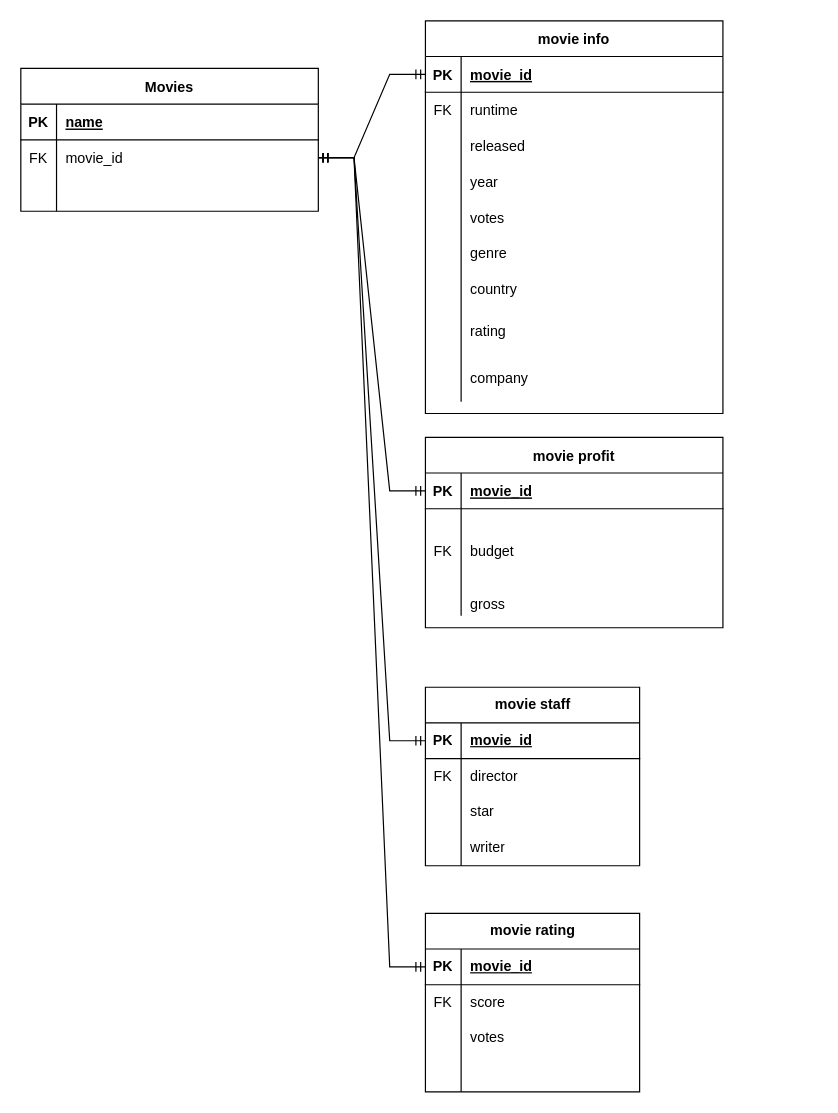
This is 未命名绘图.drawio from LUsamiLU/ALY-6000-Project1, a draw.io file, before an edit. Source tidied: cells renumbered, new cells numbered last; positions are measured from the earlier drawing's top-left corner, leaving out a move shared by most shapes. Both pictures are drawn from the tidied source at 119%, with x=0, y=0 at pixel (20, 20).
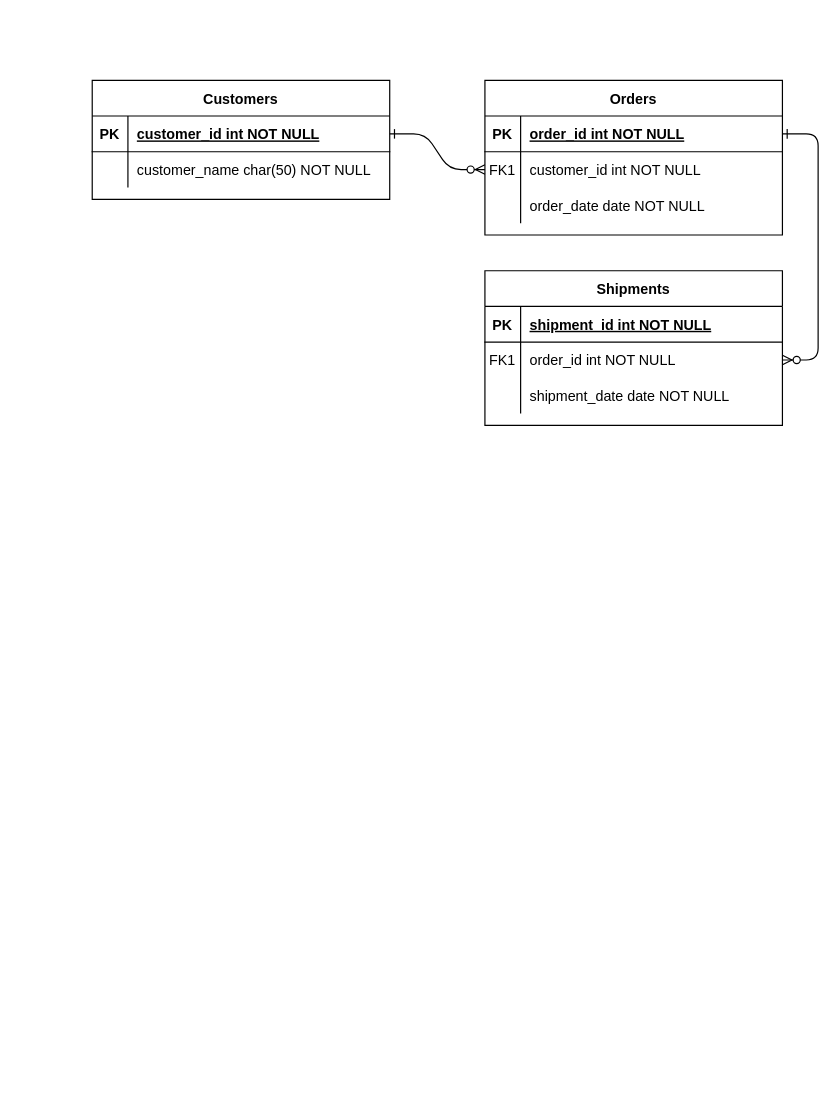
Above is the later version.

Unchanged cells that the change refers to:
```xml
<mxCell id="3" style="shape=partialRectangle;fillColor=none;points=[[0,0.5],[1,0.5]];portConstraint=eastwest;top=0;left=0;right=0;bottom=1;" parent="2" vertex="1">
  <mxGeometry y="30" width="250" height="30" as="geometry" />
</mxCell>
<mxCell id="6" style="shape=partialRectangle;fillColor=none;points=[[0,0.5],[1,0.5]];portConstraint=eastwest;top=0;left=0;right=0;bottom=0;" parent="2" vertex="1">
  <mxGeometry y="60" width="250" height="30" as="geometry" />
</mxCell>
<mxCell id="9" style="shape=partialRectangle;fillColor=none;top=0;left=0;right=0;bottom=0;" parent="2" vertex="1">
  <mxGeometry y="90" width="250" height="30" as="geometry" />
</mxCell>
<mxCell id="31" style="shape=partialRectangle;fillColor=none;points=[[0,0.5],[1,0.5]];portConstraint=eastwest;top=0;left=0;right=0;bottom=1;" parent="30" vertex="1">
  <mxGeometry y="30" width="250" height="30" as="geometry" />
</mxCell>
<mxCell id="41" style="shape=partialRectangle;fillColor=none;points=[[0,0.5],[1,0.5]];portConstraint=eastwest;top=0;left=0;right=0;bottom=1;" parent="40" vertex="1">
  <mxGeometry y="30" width="250" height="30" as="geometry" />
</mxCell>
<mxCell id="44" style="shape=partialRectangle;fillColor=none;points=[[0,0.5],[1,0.5]];portConstraint=eastwest;top=0;left=0;right=0;bottom=0;" parent="40" vertex="1">
  <mxGeometry y="60" width="250" height="30" as="geometry" />
</mxCell>
```

Change to the diagram source:
```diff
@@
+    <mxCell id="80" style="edgeStyle=entityRelationEdgeStyle;endArrow=ERzeroToMany;startArrow=ERone;endFill=1;startFill=0;" parent="1" edge="1" source="41" target="6">
+      <mxGeometry relative="1" as="geometry" />
+    </mxCell>
+    <mxCell id="81" style="edgeStyle=entityRelationEdgeStyle;endArrow=ERzeroToMany;startArrow=ERone;endFill=1;startFill=0;" parent="1" edge="1" source="3" target="34">
+      <mxGeometry relative="1" as="geometry" />
+    </mxCell>
-    <mxCell id="2" value="movie info" style="shape=table;startSize=30;childLayout=tableLayout;rowLines=0;fontStyle=1;align=center;" parent="1" vertex="1">
-      <mxGeometry x="340" width="250" height="330" as="geometry" />
+    <mxCell id="2" value="Orders" style="shape=table;startSize=30;childLayout=tableLayout;rowLines=0;fontStyle=1;align=center;" parent="1" vertex="1">
+      <mxGeometry x="390" y="50" width="250" height="130" as="geometry" />
     </mxCell>
@@
-    <mxCell id="5" value="movie_id" style="shape=partialRectangle;overflow=hidden;fillColor=none;top=0;left=0;bottom=0;right=0;align=left;spacingLeft=6;fontStyle=5;" parent="3" vertex="1">
+    <mxCell id="5" value="order_id int NOT NULL " style="shape=partialRectangle;overflow=hidden;fillColor=none;top=0;left=0;bottom=0;right=0;align=left;spacingLeft=6;fontStyle=5;" parent="3" vertex="1">
       <mxGeometry x="30" width="220" height="30" as="geometry" />
     </mxCell>
@@
-    <mxCell id="7" value="FK" style="shape=partialRectangle;overflow=hidden;fillColor=none;top=0;left=0;bottom=0;right=0;" parent="6" vertex="1">
+    <mxCell id="7" value="FK1" style="shape=partialRectangle;overflow=hidden;fillColor=none;top=0;left=0;bottom=0;right=0;" parent="6" vertex="1">
       <mxGeometry width="30" height="30" as="geometry" />
     </mxCell>
-    <mxCell id="8" value="runtime" style="shape=partialRectangle;overflow=hidden;fillColor=none;top=0;left=0;bottom=0;right=0;align=left;spacingLeft=6;" parent="6" vertex="1">
+    <mxCell id="8" value="customer_id int NOT NULL" style="shape=partialRectangle;overflow=hidden;fillColor=none;top=0;left=0;bottom=0;right=0;align=left;spacingLeft=6;" parent="6" vertex="1">
       <mxGeometry x="30" width="220" height="30" as="geometry" />
     </mxCell>
@@
-    <mxCell id="11" value="released" style="shape=partialRectangle;overflow=hidden;fillColor=none;top=0;left=0;bottom=0;right=0;align=left;spacingLeft=6;" parent="9" vertex="1">
+    <mxCell id="11" value="order_date date NOT NULL" style="shape=partialRectangle;overflow=hidden;fillColor=none;top=0;left=0;bottom=0;right=0;align=left;spacingLeft=6;" parent="9" vertex="1">
       <mxGeometry x="30" width="220" height="30" as="geometry" />
     </mxCell>
-    <mxCell id="12" style="shape=partialRectangle;fillColor=none;top=0;left=0;right=0;bottom=0;" parent="2" vertex="1">
-      <mxGeometry y="120" width="250" height="30" as="geometry" />
-    </mxCell>
-    <mxCell id="13" style="shape=partialRectangle;overflow=hidden;fillColor=none;top=0;left=0;bottom=0;right=0;" parent="12" vertex="1">
-      <mxGeometry width="30" height="30" as="geometry" />
-    </mxCell>
-    <mxCell id="14" value="year" style="shape=partialRectangle;overflow=hidden;fillColor=none;top=0;left=0;bottom=0;right=0;align=left;spacingLeft=6;" parent="12" vertex="1">
-      <mxGeometry x="30" width="220" height="30" as="geometry" />
-    </mxCell>
-    <mxCell id="15" style="shape=partialRectangle;fillColor=none;top=0;left=0;right=0;bottom=0;" parent="2" vertex="1">
-      <mxGeometry y="150" width="250" height="30" as="geometry" />
-    </mxCell>
-    <mxCell id="16" style="shape=partialRectangle;overflow=hidden;fillColor=none;top=0;left=0;bottom=0;right=0;" parent="15" vertex="1">
-      <mxGeometry width="30" height="30" as="geometry" />
-    </mxCell>
-    <mxCell id="17" value="votes" style="shape=partialRectangle;overflow=hidden;fillColor=none;top=0;left=0;bottom=0;right=0;align=left;spacingLeft=6;" parent="15" vertex="1">
-      <mxGeometry x="30" width="220" height="30" as="geometry" />
-    </mxCell>
-    <mxCell id="18" style="shape=partialRectangle;fillColor=none;top=0;left=0;right=0;bottom=0;" parent="2" vertex="1">
-      <mxGeometry y="180" width="250" height="30" as="geometry" />
-    </mxCell>
-    <mxCell id="19" style="shape=partialRectangle;overflow=hidden;fillColor=none;top=0;left=0;bottom=0;right=0;" parent="18" vertex="1">
-      <mxGeometry width="30" height="30" as="geometry" />
-    </mxCell>
-    <mxCell id="20" value="genre" style="shape=partialRectangle;overflow=hidden;fillColor=none;top=0;left=0;bottom=0;right=0;align=left;spacingLeft=6;" parent="18" vertex="1">
-      <mxGeometry x="30" width="220" height="30" as="geometry" />
-    </mxCell>
-    <mxCell id="21" style="shape=partialRectangle;fillColor=none;top=0;left=0;right=0;bottom=0;" parent="2" vertex="1">
-      <mxGeometry y="210" width="250" height="30" as="geometry" />
-    </mxCell>
-    <mxCell id="22" style="shape=partialRectangle;overflow=hidden;fillColor=none;top=0;left=0;bottom=0;right=0;" parent="21" vertex="1">
-      <mxGeometry width="30" height="30" as="geometry" />
-    </mxCell>
-    <mxCell id="23" value="country" style="shape=partialRectangle;overflow=hidden;fillColor=none;top=0;left=0;bottom=0;right=0;align=left;spacingLeft=6;" parent="21" vertex="1">
-      <mxGeometry x="30" width="220" height="30" as="geometry" />
-    </mxCell>
-    <mxCell id="24" style="shape=partialRectangle;fillColor=none;top=0;left=0;right=0;bottom=0;" parent="2" vertex="1">
-      <mxGeometry y="240" width="250" height="40" as="geometry" />
-    </mxCell>
-    <mxCell id="25" style="shape=partialRectangle;overflow=hidden;fillColor=none;top=0;left=0;bottom=0;right=0;" parent="24" vertex="1">
-      <mxGeometry width="30" height="40" as="geometry" />
-    </mxCell>
-    <mxCell id="26" value="rating" style="shape=partialRectangle;overflow=hidden;fillColor=none;top=0;left=0;bottom=0;right=0;align=left;spacingLeft=6;" parent="24" vertex="1">
-      <mxGeometry x="30" width="220" height="40" as="geometry" />
-    </mxCell>
-    <mxCell id="27" style="shape=partialRectangle;fillColor=none;top=0;left=0;right=0;bottom=0;" parent="2" vertex="1">
-      <mxGeometry y="280" width="250" height="40" as="geometry" />
-    </mxCell>
-    <mxCell id="28" style="shape=partialRectangle;overflow=hidden;fillColor=none;top=0;left=0;bottom=0;right=0;" parent="27" vertex="1">
-      <mxGeometry width="30" height="40" as="geometry" />
-    </mxCell>
-    <mxCell id="29" value="company" style="shape=partialRectangle;overflow=hidden;fillColor=none;top=0;left=0;bottom=0;right=0;align=left;spacingLeft=6;" parent="27" vertex="1">
-      <mxGeometry x="30" width="220" height="40" as="geometry" />
-    </mxCell>
-    <mxCell id="30" value="movie profit" style="shape=table;startSize=30;childLayout=tableLayout;rowLines=0;fontStyle=1;align=center;" parent="1" vertex="1">
-      <mxGeometry x="340" y="350" width="250" height="160" as="geometry" />
+    <mxCell id="30" value="Shipments" style="shape=table;startSize=30;childLayout=tableLayout;rowLines=0;fontStyle=1;align=center;" parent="1" vertex="1">
+      <mxGeometry x="390" y="210" width="250" height="130" as="geometry" />
     </mxCell>
@@
-    <mxCell id="33" value="movie_id" style="shape=partialRectangle;overflow=hidden;fillColor=none;top=0;left=0;bottom=0;right=0;align=left;spacingLeft=6;fontStyle=5;" parent="31" vertex="1">
+    <mxCell id="33" value="shipment_id int NOT NULL " style="shape=partialRectangle;overflow=hidden;fillColor=none;top=0;left=0;bottom=0;right=0;align=left;spacingLeft=6;fontStyle=5;" parent="31" vertex="1">
       <mxGeometry x="30" width="220" height="30" as="geometry" />
     </mxCell>
     <mxCell id="34" style="shape=partialRectangle;fillColor=none;points=[[0,0.5],[1,0.5]];portConstraint=eastwest;top=0;left=0;right=0;bottom=0;" parent="30" vertex="1">
-      <mxGeometry y="60" width="250" height="70" as="geometry" />
+      <mxGeometry y="60" width="250" height="30" as="geometry" />
     </mxCell>
-    <mxCell id="35" value="FK" style="shape=partialRectangle;overflow=hidden;fillColor=none;top=0;left=0;bottom=0;right=0;" parent="34" vertex="1">
-      <mxGeometry width="30" height="70" as="geometry" />
+    <mxCell id="35" value="FK1" style="shape=partialRectangle;overflow=hidden;fillColor=none;top=0;left=0;bottom=0;right=0;" parent="34" vertex="1">
+      <mxGeometry width="30" height="30" as="geometry" />
     </mxCell>
-    <mxCell id="36" value="budget" style="shape=partialRectangle;overflow=hidden;fillColor=none;top=0;left=0;bottom=0;right=0;align=left;spacingLeft=6;" parent="34" vertex="1">
-      <mxGeometry x="30" width="220" height="70" as="geometry" />
+    <mxCell id="36" value="order_id int NOT NULL" style="shape=partialRectangle;overflow=hidden;fillColor=none;top=0;left=0;bottom=0;right=0;align=left;spacingLeft=6;" parent="34" vertex="1">
+      <mxGeometry x="30" width="220" height="30" as="geometry" />
     </mxCell>
     <mxCell id="37" style="shape=partialRectangle;fillColor=none;top=0;left=0;right=0;bottom=0;" parent="30" vertex="1">
-      <mxGeometry y="130" width="250" height="20" as="geometry" />
+      <mxGeometry y="90" width="250" height="30" as="geometry" />
     </mxCell>
     <mxCell id="38" style="shape=partialRectangle;overflow=hidden;fillColor=none;top=0;left=0;bottom=0;right=0;" parent="37" vertex="1">
-      <mxGeometry width="30" height="20" as="geometry" />
+      <mxGeometry width="30" height="30" as="geometry" />
     </mxCell>
-    <mxCell id="39" value="gross" style="shape=partialRectangle;overflow=hidden;fillColor=none;top=0;left=0;bottom=0;right=0;align=left;spacingLeft=6;" parent="37" vertex="1">
-      <mxGeometry x="30" width="220" height="20" as="geometry" />
+    <mxCell id="39" value="shipment_date date NOT NULL" style="shape=partialRectangle;overflow=hidden;fillColor=none;top=0;left=0;bottom=0;right=0;align=left;spacingLeft=6;" parent="37" vertex="1">
+      <mxGeometry x="30" width="220" height="30" as="geometry" />
     </mxCell>
-    <mxCell id="40" value="Movies" style="shape=table;startSize=30;childLayout=tableLayout;rowLines=0;fontStyle=1;align=center;" parent="1" vertex="1">
-      <mxGeometry y="40" width="250" height="120" as="geometry" />
+    <mxCell id="40" value="Customers" style="shape=table;startSize=30;childLayout=tableLayout;rowLines=0;fontStyle=1;align=center;" parent="1" vertex="1">
+      <mxGeometry x="60" y="50" width="250" height="100" as="geometry" />
     </mxCell>
@@
-    <mxCell id="43" value="name" style="shape=partialRectangle;overflow=hidden;fillColor=none;top=0;left=0;bottom=0;right=0;align=left;spacingLeft=6;fontStyle=5;" parent="41" vertex="1">
+    <mxCell id="43" value="customer_id int NOT NULL " style="shape=partialRectangle;overflow=hidden;fillColor=none;top=0;left=0;bottom=0;right=0;align=left;spacingLeft=6;fontStyle=5;" parent="41" vertex="1">
       <mxGeometry x="30" width="220" height="30" as="geometry" />
     </mxCell>
@@
-    <mxCell id="45" value="FK" style="shape=partialRectangle;overflow=hidden;fillColor=none;top=0;left=0;bottom=0;right=0;" parent="44" vertex="1">
+    <mxCell id="45" style="shape=partialRectangle;overflow=hidden;fillColor=none;top=0;left=0;bottom=0;right=0;" parent="44" vertex="1">
       <mxGeometry width="30" height="30" as="geometry" />
     </mxCell>
-    <mxCell id="46" value="movie_id" style="shape=partialRectangle;overflow=hidden;fillColor=none;top=0;left=0;bottom=0;right=0;align=left;spacingLeft=6;" parent="44" vertex="1">
+    <mxCell id="46" value="customer_name char(50) NOT NULL" style="shape=partialRectangle;overflow=hidden;fillColor=none;top=0;left=0;bottom=0;right=0;align=left;spacingLeft=6;" parent="44" vertex="1">
       <mxGeometry x="30" width="220" height="30" as="geometry" />
     </mxCell>
-    <mxCell id="47" style="shape=partialRectangle;fillColor=none;top=0;left=0;right=0;bottom=0;" parent="40" vertex="1">
-      <mxGeometry y="90" width="250" height="30" as="geometry" />
-    </mxCell>
-    <mxCell id="48" style="shape=partialRectangle;overflow=hidden;fillColor=none;top=0;left=0;bottom=0;right=0;" parent="47" vertex="1">
-      <mxGeometry width="30" height="30" as="geometry" />
-    </mxCell>
-    <mxCell id="49" style="shape=partialRectangle;overflow=hidden;fillColor=none;top=0;left=0;bottom=0;right=0;align=left;spacingLeft=6;" parent="47" vertex="1">
-      <mxGeometry x="30" width="220" height="30" as="geometry" />
-    </mxCell>
-    <mxCell id="50" value="movie staff" style="shape=table;startSize=30;childLayout=tableLayout;rowLines=0;fontStyle=1;align=center;html=1;" parent="1" vertex="1">
-      <mxGeometry x="340" y="560" width="180" height="150" as="geometry" />
-    </mxCell>
-    <mxCell id="51" style="shape=tableRow;horizontal=0;startSize=0;swimlaneHead=0;swimlaneBody=0;fillColor=none;points=[[0,0.5],[1,0.5]];portConstraint=eastwest;top=0;left=0;right=0;bottom=1;" parent="50" vertex="1">
-      <mxGeometry y="30" width="180" height="30" as="geometry" />
-    </mxCell>
-    <mxCell id="52" value="PK" style="shape=partialRectangle;fillColor=none;top=0;left=0;bottom=0;right=0;fontStyle=1;overflow=hidden;whiteSpace=wrap;html=1;" parent="51" vertex="1">
-      <mxGeometry width="30" height="30" as="geometry" />
-    </mxCell>
-    <mxCell id="53" value="movie_id" style="shape=partialRectangle;fillColor=none;top=0;left=0;bottom=0;right=0;align=left;spacingLeft=6;fontStyle=5;overflow=hidden;whiteSpace=wrap;html=1;" parent="51" vertex="1">
-      <mxGeometry x="30" width="150" height="30" as="geometry" />
-    </mxCell>
-    <mxCell id="54" style="shape=tableRow;horizontal=0;startSize=0;swimlaneHead=0;swimlaneBody=0;fillColor=none;top=0;left=0;right=0;bottom=0;" parent="50" vertex="1">
-      <mxGeometry y="60" width="180" height="30" as="geometry" />
-    </mxCell>
-    <mxCell id="55" value="FK" style="shape=partialRectangle;fillColor=none;top=0;left=0;bottom=0;right=0;overflow=hidden;whiteSpace=wrap;html=1;" parent="54" vertex="1">
-      <mxGeometry width="30" height="30" as="geometry" />
-    </mxCell>
-    <mxCell id="56" value="director" style="shape=partialRectangle;fillColor=none;top=0;left=0;bottom=0;right=0;align=left;spacingLeft=6;overflow=hidden;whiteSpace=wrap;html=1;" parent="54" vertex="1">
-      <mxGeometry x="30" width="150" height="30" as="geometry" />
-    </mxCell>
-    <mxCell id="57" style="shape=tableRow;horizontal=0;startSize=0;swimlaneHead=0;swimlaneBody=0;fillColor=none;top=0;left=0;right=0;bottom=0;" parent="50" vertex="1">
-      <mxGeometry y="90" width="180" height="30" as="geometry" />
-    </mxCell>
-    <mxCell id="58" style="shape=partialRectangle;fillColor=none;top=0;left=0;bottom=0;right=0;overflow=hidden;whiteSpace=wrap;html=1;" parent="57" vertex="1">
-      <mxGeometry width="30" height="30" as="geometry" />
-    </mxCell>
-    <mxCell id="59" value="star" style="shape=partialRectangle;fillColor=none;top=0;left=0;bottom=0;right=0;align=left;spacingLeft=6;overflow=hidden;whiteSpace=wrap;html=1;" parent="57" vertex="1">
-      <mxGeometry x="30" width="150" height="30" as="geometry" />
-    </mxCell>
-    <mxCell id="60" style="shape=tableRow;horizontal=0;startSize=0;swimlaneHead=0;swimlaneBody=0;fillColor=none;top=0;left=0;right=0;bottom=0;" parent="50" vertex="1">
-      <mxGeometry y="120" width="180" height="30" as="geometry" />
-    </mxCell>
-    <mxCell id="61" style="shape=partialRectangle;fillColor=none;top=0;left=0;bottom=0;right=0;overflow=hidden;whiteSpace=wrap;html=1;" parent="60" vertex="1">
-      <mxGeometry width="30" height="30" as="geometry" />
-    </mxCell>
-    <mxCell id="62" value="writer" style="shape=partialRectangle;fillColor=none;top=0;left=0;bottom=0;right=0;align=left;spacingLeft=6;overflow=hidden;whiteSpace=wrap;html=1;" parent="60" vertex="1">
-      <mxGeometry x="30" width="150" height="30" as="geometry" />
-    </mxCell>
-    <mxCell id="63" style="edgeStyle=entityRelationEdgeStyle;fontSize=12;html=1;endArrow=ERmandOne;startArrow=ERmandOne;rounded=0;exitX=1;exitY=0.5;exitDx=0;exitDy=0;entryX=0;entryY=0.5;entryDx=0;entryDy=0;" parent="1" edge="1" source="44" target="31">
-      <mxGeometry relative="1" as="geometry" />
-    </mxCell>
-    <mxCell id="64" style="edgeStyle=entityRelationEdgeStyle;fontSize=12;html=1;endArrow=ERmandOne;startArrow=ERmandOne;rounded=0;exitX=1;exitY=0.5;exitDx=0;exitDy=0;entryX=0;entryY=0.5;entryDx=0;entryDy=0;" parent="1" edge="1" source="44" target="3">
-      <mxGeometry relative="1" as="geometry" />
-    </mxCell>
-    <mxCell id="65" style="edgeStyle=entityRelationEdgeStyle;fontSize=12;html=1;endArrow=ERmandOne;startArrow=ERmandOne;rounded=0;exitX=1;exitY=0.5;exitDx=0;exitDy=0;" parent="1" edge="1" source="44" target="51">
-      <mxGeometry relative="1" as="geometry" />
-    </mxCell>
-    <mxCell id="66" value="movie rating" style="shape=table;startSize=30;childLayout=tableLayout;rowLines=0;fontStyle=1;align=center;html=1;" parent="1" vertex="1">
-      <mxGeometry x="340" y="750" width="180" height="150" as="geometry" />
-    </mxCell>
-    <mxCell id="67" style="shape=tableRow;horizontal=0;startSize=0;swimlaneHead=0;swimlaneBody=0;fillColor=none;points=[[0,0.5],[1,0.5]];portConstraint=eastwest;top=0;left=0;right=0;bottom=1;" parent="66" vertex="1">
-      <mxGeometry y="30" width="180" height="30" as="geometry" />
-    </mxCell>
-    <mxCell id="68" value="PK" style="shape=partialRectangle;fillColor=none;top=0;left=0;bottom=0;right=0;fontStyle=1;overflow=hidden;whiteSpace=wrap;html=1;" parent="67" vertex="1">
-      <mxGeometry width="30" height="30" as="geometry" />
-    </mxCell>
-    <mxCell id="69" value="movie_id" style="shape=partialRectangle;fillColor=none;top=0;left=0;bottom=0;right=0;align=left;spacingLeft=6;fontStyle=5;overflow=hidden;whiteSpace=wrap;html=1;" parent="67" vertex="1">
-      <mxGeometry x="30" width="150" height="30" as="geometry" />
-    </mxCell>
-    <mxCell id="70" style="shape=tableRow;horizontal=0;startSize=0;swimlaneHead=0;swimlaneBody=0;fillColor=none;top=0;left=0;right=0;bottom=0;" parent="66" vertex="1">
-      <mxGeometry y="60" width="180" height="30" as="geometry" />
-    </mxCell>
-    <mxCell id="71" value="FK" style="shape=partialRectangle;fillColor=none;top=0;left=0;bottom=0;right=0;overflow=hidden;whiteSpace=wrap;html=1;" parent="70" vertex="1">
-      <mxGeometry width="30" height="30" as="geometry" />
-    </mxCell>
-    <mxCell id="72" value="score" style="shape=partialRectangle;fillColor=none;top=0;left=0;bottom=0;right=0;align=left;spacingLeft=6;overflow=hidden;whiteSpace=wrap;html=1;" parent="70" vertex="1">
-      <mxGeometry x="30" width="150" height="30" as="geometry" />
-    </mxCell>
-    <mxCell id="73" style="shape=tableRow;horizontal=0;startSize=0;swimlaneHead=0;swimlaneBody=0;fillColor=none;top=0;left=0;right=0;bottom=0;" parent="66" vertex="1">
-      <mxGeometry y="90" width="180" height="30" as="geometry" />
-    </mxCell>
-    <mxCell id="74" style="shape=partialRectangle;fillColor=none;top=0;left=0;bottom=0;right=0;overflow=hidden;whiteSpace=wrap;html=1;" parent="73" vertex="1">
-      <mxGeometry width="30" height="30" as="geometry" />
-    </mxCell>
-    <mxCell id="75" value="votes" style="shape=partialRectangle;fillColor=none;top=0;left=0;bottom=0;right=0;align=left;spacingLeft=6;overflow=hidden;whiteSpace=wrap;html=1;" parent="73" vertex="1">
-      <mxGeometry x="30" width="150" height="30" as="geometry" />
-    </mxCell>
-    <mxCell id="76" style="shape=tableRow;horizontal=0;startSize=0;swimlaneHead=0;swimlaneBody=0;fillColor=none;top=0;left=0;right=0;bottom=0;" parent="66" vertex="1">
-      <mxGeometry y="120" width="180" height="30" as="geometry" />
-    </mxCell>
-    <mxCell id="77" style="shape=partialRectangle;fillColor=none;top=0;left=0;bottom=0;right=0;overflow=hidden;whiteSpace=wrap;html=1;" parent="76" vertex="1">
-      <mxGeometry width="30" height="30" as="geometry" />
-    </mxCell>
-    <mxCell id="78" style="shape=partialRectangle;fillColor=none;top=0;left=0;bottom=0;right=0;align=left;spacingLeft=6;overflow=hidden;whiteSpace=wrap;html=1;" parent="76" vertex="1">
-      <mxGeometry x="30" width="150" height="30" as="geometry" />
-    </mxCell>
-    <mxCell id="79" style="edgeStyle=entityRelationEdgeStyle;fontSize=12;html=1;endArrow=ERmandOne;startArrow=ERmandOne;rounded=0;exitX=1;exitY=0.5;exitDx=0;exitDy=0;entryX=0;entryY=0.5;entryDx=0;entryDy=0;" parent="1" edge="1" source="44" target="67">
-      <mxGeometry relative="1" as="geometry" />
-    </mxCell>
```
